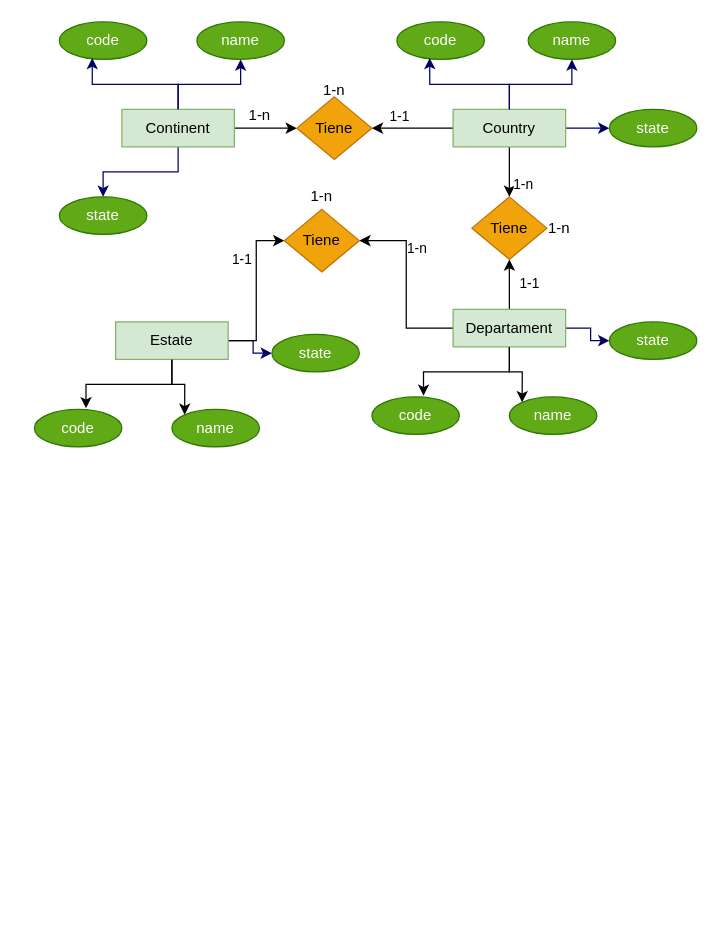
code-corhuila/base-datos-i-2025-a-g1 keeps this draw.io diagram as 03-week/01-sesion/MER.drawio. Above is the earlier version. Source tidied: cells renumbered, new cells numbered last; positions are measured from the earlier drawing's top-left corner, leaving out a move shared by most shapes. Both pictures are drawn from the tidied source at 125%, with x=0, y=0 at pixel (34, 21).
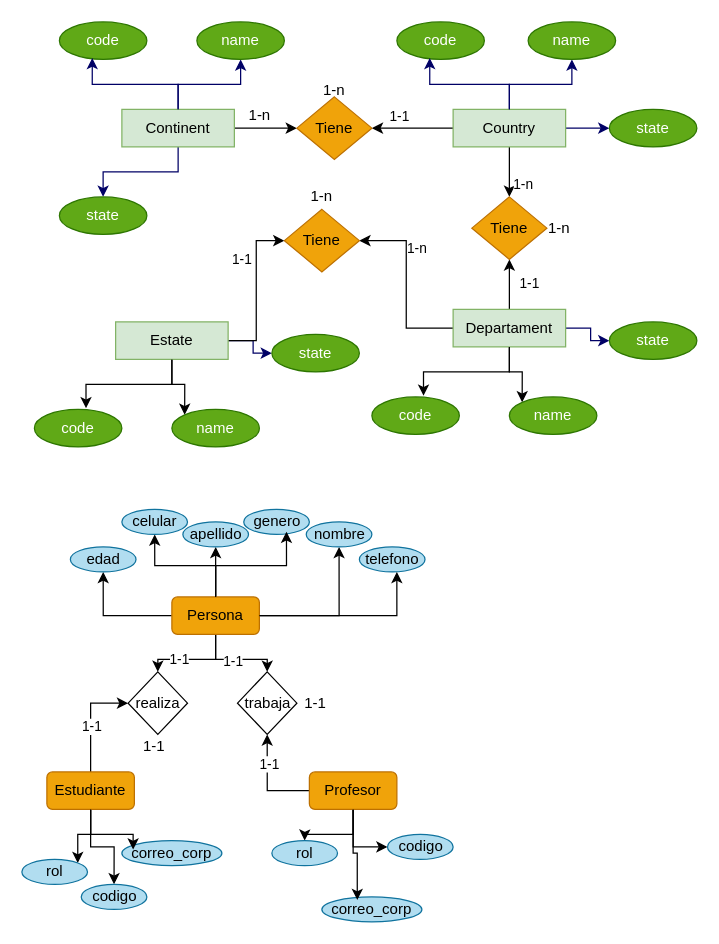
The same diagram, later.

Diff of the diagram source:
```diff
@@
+    <mxCell id="48" style="edgeStyle=orthogonalEdgeStyle;rounded=0;jettySize=auto;html=1;flowAnimation=1;" parent="1" edge="1" source="56" target="67">
+      <mxGeometry relative="1" as="geometry" />
+    </mxCell>
+    <mxCell id="49" style="edgeStyle=orthogonalEdgeStyle;rounded=0;jettySize=auto;html=1;entryX=0.5;entryY=1;entryDx=0;entryDy=0;flowAnimation=1;" parent="1" edge="1" source="56" target="68">
+      <mxGeometry relative="1" as="geometry" />
+    </mxCell>
+    <mxCell id="50" style="edgeStyle=orthogonalEdgeStyle;rounded=0;jettySize=auto;html=1;entryX=0.5;entryY=1;entryDx=0;entryDy=0;flowAnimation=1;" parent="1" edge="1" source="56" target="70">
+      <mxGeometry relative="1" as="geometry" />
+    </mxCell>
+    <mxCell id="51" style="edgeStyle=orthogonalEdgeStyle;rounded=0;jettySize=auto;html=1;flowAnimation=1;" parent="1" edge="1" source="56" target="69">
+      <mxGeometry relative="1" as="geometry" />
+    </mxCell>
+    <mxCell id="52" style="edgeStyle=orthogonalEdgeStyle;rounded=0;jettySize=auto;html=1;entryX=0.5;entryY=0;entryDx=0;entryDy=0;flowAnimation=1;" parent="1" edge="1" source="56" target="76">
+      <mxGeometry relative="1" as="geometry" />
+    </mxCell>
+    <mxCell id="53" value="1-1" style="edgeLabel;html=1;align=center;verticalAlign=middle;" parent="52" vertex="1">
+      <mxGeometry x="-0.08" y="-1" relative="1" as="geometry" />
+    </mxCell>
+    <mxCell id="54" style="edgeStyle=orthogonalEdgeStyle;rounded=0;jettySize=auto;html=1;entryX=0.5;entryY=0;entryDx=0;entryDy=0;" parent="1" edge="1" source="56" target="75">
+      <mxGeometry relative="1" as="geometry" />
+    </mxCell>
+    <mxCell id="55" value="1-1" style="edgeLabel;html=1;align=center;verticalAlign=middle;" parent="54" vertex="1">
+      <mxGeometry x="0.32" y="-1" relative="1" as="geometry" />
+    </mxCell>
+    <mxCell id="56" value="Persona" style="rounded=1;whiteSpace=wrap;html=1;fillColor=#f0a30a;fontColor=#000000;strokeColor=#BD7000;" parent="1" vertex="1">
+      <mxGeometry x="110" y="460" width="70" height="30" as="geometry" />
+    </mxCell>
+    <mxCell id="57" style="edgeStyle=orthogonalEdgeStyle;rounded=0;jettySize=auto;html=1;entryX=0.5;entryY=1;entryDx=0;entryDy=0;flowAnimation=1;" parent="1" edge="1" source="61" target="76">
+      <mxGeometry relative="1" as="geometry" />
+    </mxCell>
+    <mxCell id="58" value="1-1" style="edgeLabel;html=1;align=center;verticalAlign=middle;" parent="57" vertex="1">
+      <mxGeometry x="0.39" y="-1" relative="1" as="geometry" />
+    </mxCell>
+    <mxCell id="59" style="edgeStyle=orthogonalEdgeStyle;rounded=0;jettySize=auto;html=1;flowAnimation=1;" parent="1" edge="1" source="61" target="79">
+      <mxGeometry relative="1" as="geometry" />
+    </mxCell>
+    <mxCell id="60" style="edgeStyle=orthogonalEdgeStyle;rounded=0;jettySize=auto;html=1;entryX=0;entryY=0.5;entryDx=0;entryDy=0;flowAnimation=1;" parent="1" edge="1" source="61" target="78">
+      <mxGeometry relative="1" as="geometry" />
+    </mxCell>
+    <mxCell id="61" value="Profesor" style="rounded=1;whiteSpace=wrap;html=1;fillColor=#f0a30a;fontColor=#000000;strokeColor=#BD7000;" parent="1" vertex="1">
+      <mxGeometry x="220" y="600" width="70" height="30" as="geometry" />
+    </mxCell>
+    <mxCell id="62" style="edgeStyle=orthogonalEdgeStyle;rounded=0;jettySize=auto;html=1;entryX=1;entryY=0;entryDx=0;entryDy=0;flowAnimation=1;" parent="1" edge="1" source="66" target="82">
+      <mxGeometry relative="1" as="geometry" />
+    </mxCell>
+    <mxCell id="63" style="edgeStyle=orthogonalEdgeStyle;rounded=0;jettySize=auto;html=1;entryX=0.5;entryY=0;entryDx=0;entryDy=0;flowAnimation=1;" parent="1" edge="1" source="66" target="81">
+      <mxGeometry relative="1" as="geometry" />
+    </mxCell>
+    <mxCell id="64" style="edgeStyle=orthogonalEdgeStyle;rounded=0;jettySize=auto;html=1;entryX=0;entryY=0.5;entryDx=0;entryDy=0;" parent="1" edge="1" source="66" target="75">
+      <mxGeometry relative="1" as="geometry" />
+    </mxCell>
+    <mxCell id="65" value="1-1" style="edgeLabel;html=1;align=center;verticalAlign=middle;" parent="64" vertex="1">
+      <mxGeometry x="-0.12" relative="1" as="geometry" />
+    </mxCell>
+    <mxCell id="66" value="Estudiante" style="rounded=1;whiteSpace=wrap;html=1;fillColor=#f0a30a;fontColor=#000000;strokeColor=#BD7000;" parent="1" vertex="1">
+      <mxGeometry x="10" y="600" width="70" height="30" as="geometry" />
+    </mxCell>
+    <mxCell id="67" value="nombre" style="ellipse;whiteSpace=wrap;html=1;fillColor=#b1ddf0;strokeColor=#10739e;rounded=1;" parent="1" vertex="1">
+      <mxGeometry x="217.5" y="400" width="52.5" height="20" as="geometry" />
+    </mxCell>
+    <mxCell id="68" value="apellido" style="ellipse;whiteSpace=wrap;html=1;fillColor=#b1ddf0;strokeColor=#10739e;rounded=1;" parent="1" vertex="1">
+      <mxGeometry x="118.8" y="400" width="52.5" height="20" as="geometry" />
+    </mxCell>
+    <mxCell id="69" value="edad" style="ellipse;whiteSpace=wrap;html=1;fillColor=#b1ddf0;strokeColor=#10739e;rounded=1;" parent="1" vertex="1">
+      <mxGeometry x="28.8" y="420" width="52.5" height="20" as="geometry" />
+    </mxCell>
+    <mxCell id="70" value="celular" style="ellipse;whiteSpace=wrap;html=1;fillColor=#b1ddf0;strokeColor=#10739e;rounded=1;" parent="1" vertex="1">
+      <mxGeometry x="70" y="390" width="52.5" height="20" as="geometry" />
+    </mxCell>
+    <mxCell id="71" value="genero" style="ellipse;whiteSpace=wrap;html=1;fillColor=#b1ddf0;strokeColor=#10739e;rounded=1;" parent="1" vertex="1">
+      <mxGeometry x="167.5" y="390" width="52.5" height="20" as="geometry" />
+    </mxCell>
+    <mxCell id="72" value="telefono" style="ellipse;whiteSpace=wrap;html=1;fillColor=#b1ddf0;strokeColor=#10739e;rounded=1;" parent="1" vertex="1">
+      <mxGeometry x="260" y="420" width="52.5" height="20" as="geometry" />
+    </mxCell>
+    <mxCell id="73" style="edgeStyle=orthogonalEdgeStyle;rounded=0;jettySize=auto;html=1;entryX=0.651;entryY=0.894;entryDx=0;entryDy=0;entryPerimeter=0;flowAnimation=1;" parent="1" edge="1" source="56" target="71">
+      <mxGeometry relative="1" as="geometry" />
+    </mxCell>
+    <mxCell id="74" style="edgeStyle=orthogonalEdgeStyle;rounded=0;jettySize=auto;html=1;entryX=0.571;entryY=1;entryDx=0;entryDy=0;entryPerimeter=0;flowAnimation=1;" parent="1" edge="1" source="56" target="72">
+      <mxGeometry relative="1" as="geometry" />
+    </mxCell>
+    <mxCell id="75" value="realiza" style="rhombus;whiteSpace=wrap;html=1;" parent="1" vertex="1">
+      <mxGeometry x="75" y="520" width="47.5" height="50" as="geometry" />
+    </mxCell>
+    <mxCell id="76" value="trabaja" style="rhombus;whiteSpace=wrap;html=1;" parent="1" vertex="1">
+      <mxGeometry x="162.5" y="520" width="47.5" height="50" as="geometry" />
+    </mxCell>
+    <mxCell id="77" value="1-1" style="text;html=1;align=center;verticalAlign=middle;whiteSpace=wrap;rounded=0;" parent="1" vertex="1">
+      <mxGeometry x="210" y="535" width="30" height="20" as="geometry" />
+    </mxCell>
+    <mxCell id="78" value="codigo" style="ellipse;whiteSpace=wrap;html=1;fillColor=#b1ddf0;strokeColor=#10739e;rounded=1;" parent="1" vertex="1">
+      <mxGeometry x="282.5" y="650" width="52.5" height="20" as="geometry" />
+    </mxCell>
+    <mxCell id="79" value="rol" style="ellipse;whiteSpace=wrap;html=1;fillColor=#b1ddf0;strokeColor=#10739e;rounded=1;" parent="1" vertex="1">
+      <mxGeometry x="190" y="655" width="52.5" height="20" as="geometry" />
+    </mxCell>
+    <mxCell id="80" value="correo_corp" style="ellipse;whiteSpace=wrap;html=1;fillColor=#b1ddf0;strokeColor=#10739e;rounded=1;" parent="1" vertex="1">
+      <mxGeometry x="230" y="700" width="80" height="20" as="geometry" />
+    </mxCell>
+    <mxCell id="81" value="codigo" style="ellipse;whiteSpace=wrap;html=1;fillColor=#b1ddf0;strokeColor=#10739e;rounded=1;" parent="1" vertex="1">
+      <mxGeometry x="37.5" y="690" width="52.5" height="20" as="geometry" />
+    </mxCell>
+    <mxCell id="82" value="rol" style="ellipse;whiteSpace=wrap;html=1;fillColor=#b1ddf0;strokeColor=#10739e;rounded=1;" parent="1" vertex="1">
+      <mxGeometry x="-10" y="670" width="52.5" height="20" as="geometry" />
+    </mxCell>
+    <mxCell id="83" value="correo_corp" style="ellipse;whiteSpace=wrap;html=1;fillColor=#b1ddf0;strokeColor=#10739e;rounded=1;" parent="1" vertex="1">
+      <mxGeometry x="70" y="655" width="80" height="20" as="geometry" />
+    </mxCell>
+    <mxCell id="84" style="edgeStyle=orthogonalEdgeStyle;rounded=0;jettySize=auto;html=1;entryX=0.354;entryY=0.122;entryDx=0;entryDy=0;entryPerimeter=0;flowAnimation=1;" parent="1" edge="1" source="61" target="80">
+      <mxGeometry relative="1" as="geometry" />
+    </mxCell>
+    <mxCell id="85" style="edgeStyle=orthogonalEdgeStyle;rounded=0;jettySize=auto;html=1;entryX=0.113;entryY=0.358;entryDx=0;entryDy=0;entryPerimeter=0;flowAnimation=1;" parent="1" edge="1" source="66" target="83">
+      <mxGeometry relative="1" as="geometry" />
+    </mxCell>
+    <mxCell id="86" value="1-1" style="text;html=1;align=center;verticalAlign=middle;whiteSpace=wrap;rounded=0;" parent="1" vertex="1">
+      <mxGeometry x="81.2" y="570" width="30" height="20" as="geometry" />
+    </mxCell>
```
